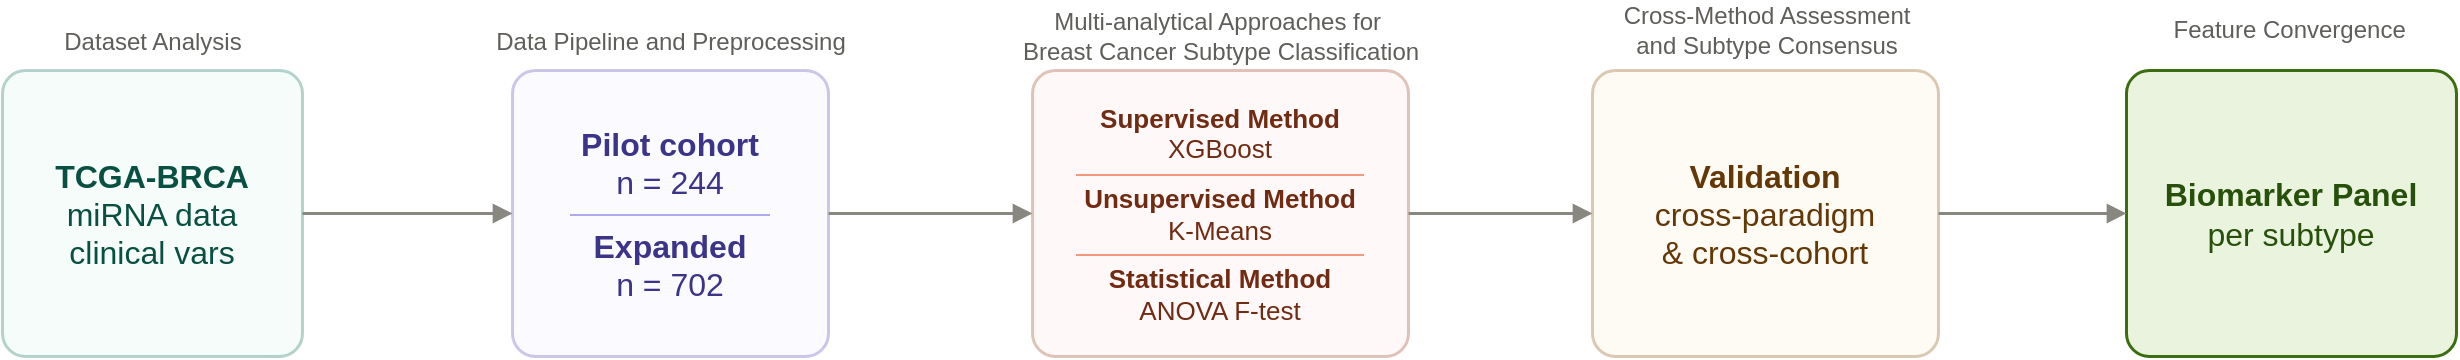
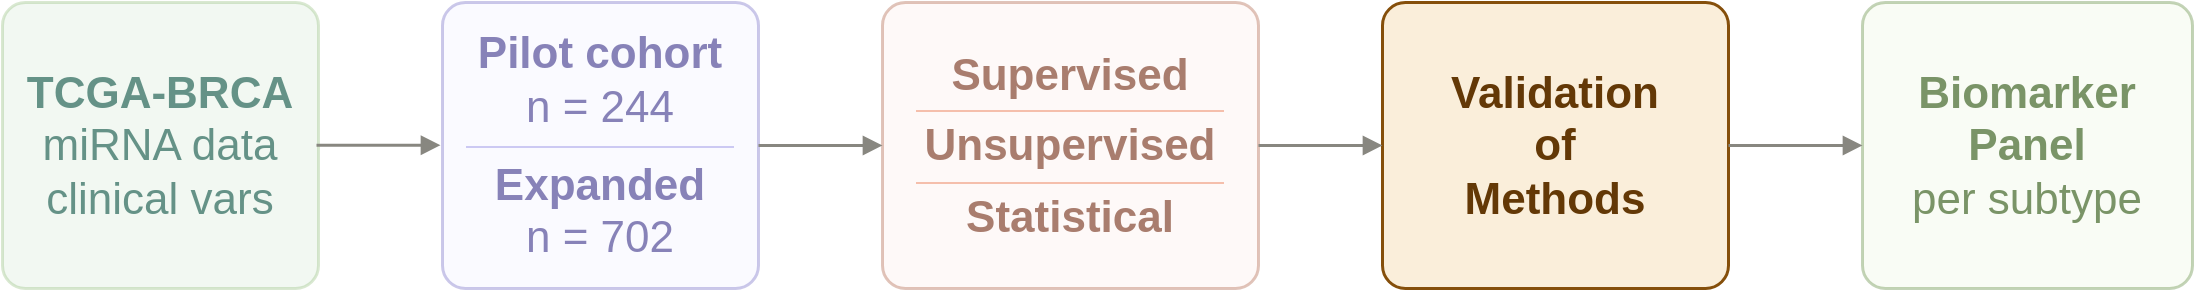
<mxfile host="app.diagrams.net">
  <diagram name="Página-1" id="OTi7Donlt4pIKZpBPiH5">
-     <mxGraphModel dx="1099" dy="718" grid="1" gridSize="10" guides="1" tooltips="1" connect="1" arrows="1" fold="1" page="1" pageScale="1" pageWidth="827" pageHeight="1169" math="0" shadow="0">
+     <mxGraphModel dx="1437" dy="902" grid="1" gridSize="10" guides="1" tooltips="1" connect="1" arrows="1" fold="1" page="1" pageScale="1" pageWidth="827" pageHeight="1169" math="0" shadow="0">
      <root>
        <mxCell id="0" />
        <mxCell id="1" parent="0" />
-         <mxCell id="o7omnAAFZEAHKlwOYzUX-1" parent="1" style="text;html=1;align=center;verticalAlign=middle;resizable=0;strokeColor=none;fillColor=none;fontSize=12;fontColor=#5F5E5A;fontStyle=0;" value="Dataset Analysis" vertex="1">
-           <mxGeometry height="20" width="150" x="15" y="76" as="geometry" />
+         <mxCell id="o7omnAAFZEAHKlwOYzUX-3" parent="1" style="rounded=1;whiteSpace=wrap;html=1;arcSize=8;align=center;verticalAlign=middle;fillColor=#EEEDFE;strokeColor=#534AB7;fontColor=#3C3489;fontSize=22;strokeWidth=1.5;spacingTop=0;spacingBottom=0;textOpacity=60;opacity=30;" value="&lt;div&gt;&lt;table width=&quot;100%&quot; height=&quot;100%&quot; cellpadding=&quot;6&quot; cellspacing=&quot;0&quot; style=&quot;border-collapse:collapse;&quot;&gt;&lt;tbody&gt;&lt;tr&gt;&lt;td align=&quot;center&quot; valign=&quot;middle&quot; style=&quot;border-bottom: 1px solid rgb(175, 169, 236);&quot;&gt;&lt;font&gt;&lt;b&gt;Pilot cohort&lt;/b&gt;&lt;br&gt;n = 244&lt;/font&gt;&lt;/td&gt;&lt;/tr&gt;&lt;tr&gt;&lt;td align=&quot;center&quot; valign=&quot;middle&quot;&gt;&lt;font&gt;&lt;b&gt;Expanded&lt;/b&gt;&lt;br&gt;n = 702&lt;/font&gt;&lt;/td&gt;&lt;/tr&gt;&lt;/tbody&gt;&lt;/table&gt;&lt;/div&gt;" vertex="1">
+           <mxGeometry height="143" width="158" x="340" y="100" as="geometry" />
        </mxCell>
-         <mxCell id="o7omnAAFZEAHKlwOYzUX-2" parent="1" style="rounded=1;whiteSpace=wrap;html=1;arcSize=8;align=center;verticalAlign=middle;fillColor=#E1F5EE;strokeColor=#0F6E56;fontColor=#085041;fontSize=12;strokeWidth=1.5;opacity=30;" value="&lt;font style=&quot;font-size: 16px;&quot;&gt;&lt;b style=&quot;&quot;&gt;TCGA-BRCA&lt;/b&gt;&lt;br&gt;miRNA data&lt;br&gt;clinical vars&lt;/font&gt;" vertex="1">
-           <mxGeometry height="143" width="150" x="15" y="100" as="geometry" />
+         <mxCell id="o7omnAAFZEAHKlwOYzUX-4" parent="1" style="rounded=1;whiteSpace=wrap;html=1;arcSize=8;align=center;verticalAlign=middle;fillColor=#FAECE7;strokeColor=#993C1D;fontColor=#712B13;fontSize=22;strokeWidth=1.5;spacingTop=0;spacingBottom=0;textOpacity=60;opacity=30;" value="&lt;table width=&quot;100%&quot; height=&quot;100%&quot; cellpadding=&quot;4&quot; cellspacing=&quot;0&quot; style=&quot;border-collapse:collapse;&quot;&gt;&lt;tbody&gt;&lt;tr&gt;&lt;td align=&quot;center&quot; valign=&quot;middle&quot; style=&quot;border-bottom: 1px solid rgb(240, 153, 123);&quot;&gt;&lt;font&gt;&lt;b&gt;Supervised&lt;/b&gt;&lt;br&gt;&lt;/font&gt;&lt;/td&gt;&lt;/tr&gt;&lt;tr&gt;&lt;td align=&quot;center&quot; valign=&quot;middle&quot; style=&quot;border-bottom: 1px solid rgb(240, 153, 123);&quot;&gt;&lt;font&gt;&lt;b&gt;Unsupervised&lt;/b&gt;&lt;br&gt;&lt;/font&gt;&lt;/td&gt;&lt;/tr&gt;&lt;tr&gt;&lt;td align=&quot;center&quot; valign=&quot;middle&quot;&gt;&lt;font&gt;&lt;b&gt;Statistical&lt;/b&gt;&lt;br&gt;&lt;/font&gt;&lt;/td&gt;&lt;/tr&gt;&lt;/tbody&gt;&lt;/table&gt;" vertex="1">
+           <mxGeometry height="143" width="188" x="560" y="100" as="geometry" />
        </mxCell>
-         <mxCell id="o7omnAAFZEAHKlwOYzUX-3" parent="1" style="rounded=1;whiteSpace=wrap;html=1;arcSize=8;align=center;verticalAlign=middle;fillColor=#EEEDFE;strokeColor=#534AB7;fontColor=#3C3489;fontSize=12;strokeWidth=1.5;spacingTop=0;spacingBottom=0;opacity=30;" value="&lt;div&gt;&lt;table width=&quot;100%&quot; height=&quot;100%&quot; cellpadding=&quot;6&quot; cellspacing=&quot;0&quot; style=&quot;border-collapse:collapse;&quot;&gt;&lt;tbody&gt;&lt;tr&gt;&lt;td align=&quot;center&quot; valign=&quot;middle&quot; style=&quot;border-bottom: 1px solid rgb(175, 169, 236);&quot;&gt;&lt;font style=&quot;font-size: 16px;&quot;&gt;&lt;b style=&quot;&quot;&gt;Pilot cohort&lt;/b&gt;&lt;br&gt;n = 244&lt;/font&gt;&lt;/td&gt;&lt;/tr&gt;&lt;tr&gt;&lt;td align=&quot;center&quot; valign=&quot;middle&quot;&gt;&lt;font style=&quot;font-size: 16px;&quot;&gt;&lt;b style=&quot;&quot;&gt;Expanded&lt;/b&gt;&lt;br&gt;n = 702&lt;/font&gt;&lt;/td&gt;&lt;/tr&gt;&lt;/tbody&gt;&lt;/table&gt;&lt;/div&gt;" vertex="1">
-           <mxGeometry height="143" width="158" x="270" y="100" as="geometry" />
-         </mxCell>
-         <mxCell id="o7omnAAFZEAHKlwOYzUX-4" parent="1" style="rounded=1;whiteSpace=wrap;html=1;arcSize=8;align=center;verticalAlign=middle;fillColor=#FAECE7;strokeColor=#993C1D;fontColor=#712B13;fontSize=12;strokeWidth=1.5;spacingTop=0;spacingBottom=0;opacity=30;" value="&lt;table width=&quot;100%&quot; height=&quot;100%&quot; cellpadding=&quot;4&quot; cellspacing=&quot;0&quot; style=&quot;border-collapse:collapse;&quot;&gt;&lt;tbody&gt;&lt;tr&gt;&lt;td align=&quot;center&quot; valign=&quot;middle&quot; style=&quot;border-bottom: 1px solid rgb(240, 153, 123);&quot;&gt;&lt;font style=&quot;font-size: 13px;&quot;&gt;&lt;b style=&quot;&quot;&gt;Supervised Method&lt;/b&gt;&lt;br&gt;XGBoost&lt;/font&gt;&lt;/td&gt;&lt;/tr&gt;&lt;tr&gt;&lt;td align=&quot;center&quot; valign=&quot;middle&quot; style=&quot;border-bottom: 1px solid rgb(240, 153, 123);&quot;&gt;&lt;font style=&quot;font-size: 13px;&quot;&gt;&lt;b&gt;Unsupervised Method&lt;/b&gt;&lt;br&gt;K-Means&lt;/font&gt;&lt;/td&gt;&lt;/tr&gt;&lt;tr&gt;&lt;td align=&quot;center&quot; valign=&quot;middle&quot;&gt;&lt;font style=&quot;font-size: 13px;&quot;&gt;&lt;b&gt;Statistical Method&lt;/b&gt;&lt;br&gt;ANOVA F-test&lt;/font&gt;&lt;/td&gt;&lt;/tr&gt;&lt;/tbody&gt;&lt;/table&gt;" vertex="1">
-           <mxGeometry height="143" width="188" x="530" y="100" as="geometry" />
-         </mxCell>
-         <mxCell id="o7omnAAFZEAHKlwOYzUX-5" parent="1" style="rounded=1;whiteSpace=wrap;html=1;arcSize=8;align=center;verticalAlign=middle;fillColor=#FAEEDA;strokeColor=#854F0B;fontColor=#633806;fontSize=12;strokeWidth=1.5;opacity=30;" value="&lt;font style=&quot;font-size: 16px;&quot;&gt;&lt;b style=&quot;&quot;&gt;Validation&lt;/b&gt;&lt;br&gt;cross-paradigm&lt;br&gt;&amp;amp; cross-cohort&lt;/font&gt;" vertex="1">
+         <mxCell id="o7omnAAFZEAHKlwOYzUX-5" parent="1" style="rounded=1;whiteSpace=wrap;html=1;arcSize=8;align=center;verticalAlign=middle;fillColor=#FAEEDA;strokeColor=#854F0B;fontColor=#633806;fontSize=22;strokeWidth=1.5;" value="&lt;font&gt;&lt;b&gt;Validation&lt;/b&gt;&lt;/font&gt;&lt;div&gt;&lt;font&gt;&lt;b&gt;of&lt;/b&gt;&lt;/font&gt;&lt;/div&gt;&lt;div&gt;&lt;font&gt;&lt;b&gt;Methods&lt;/b&gt;&lt;/font&gt;&lt;/div&gt;" vertex="1">
          <mxGeometry height="143" width="173" x="810" y="100" as="geometry" />
        </mxCell>
-         <mxCell id="o7omnAAFZEAHKlwOYzUX-6" parent="1" style="rounded=1;whiteSpace=wrap;html=1;arcSize=8;align=center;verticalAlign=middle;fillColor=#EAF3DE;strokeColor=#3B6D11;fontColor=#27500A;fontSize=12;strokeWidth=1.5;" value="&lt;font style=&quot;font-size: 16px;&quot;&gt;&lt;b style=&quot;&quot;&gt;Biomarker Panel&lt;/b&gt;&lt;br&gt;per subtype&lt;/font&gt;" vertex="1">
-           <mxGeometry height="143" width="165" x="1077" y="100" as="geometry" />
+         <mxCell id="o7omnAAFZEAHKlwOYzUX-6" parent="1" style="rounded=1;whiteSpace=wrap;html=1;arcSize=8;align=center;verticalAlign=middle;fillColor=#EAF3DE;strokeColor=#3B6D11;fontColor=#27500A;fontSize=22;strokeWidth=1.5;textOpacity=60;opacity=30;" value="&lt;font&gt;&lt;b&gt;Biomarker Panel&lt;/b&gt;&lt;br&gt;per subtype&lt;/font&gt;" vertex="1">
+           <mxGeometry height="143" width="165" x="1050" y="100" as="geometry" />
        </mxCell>
-         <mxCell id="o7omnAAFZEAHKlwOYzUX-7" edge="1" parent="1" source="o7omnAAFZEAHKlwOYzUX-2" style="edgeStyle=orthogonalEdgeStyle;rounded=0;orthogonalLoop=1;jettySize=auto;exitX=1;exitY=0.5;exitDx=0;exitDy=0;entryX=0;entryY=0.5;entryDx=0;entryDy=0;strokeColor=#888780;strokeWidth=1.5;endArrow=block;endFill=1;" target="o7omnAAFZEAHKlwOYzUX-3" value="">
-           <mxGeometry relative="1" as="geometry">
-             <Array as="points">
-               <mxPoint x="207" y="172" />
-               <mxPoint x="207" y="172" />
-             </Array>
-           </mxGeometry>
-         </mxCell>
-         <mxCell id="o7omnAAFZEAHKlwOYzUX-8" edge="1" parent="1" source="o7omnAAFZEAHKlwOYzUX-3" style="edgeStyle=orthogonalEdgeStyle;rounded=0;orthogonalLoop=1;jettySize=auto;exitX=1;exitY=0.5;exitDx=0;exitDy=0;entryX=0;entryY=0.5;entryDx=0;entryDy=0;strokeColor=#888780;strokeWidth=1.5;endArrow=block;endFill=1;" target="o7omnAAFZEAHKlwOYzUX-4" value="">
+         <mxCell id="o7omnAAFZEAHKlwOYzUX-8" edge="1" parent="1" source="o7omnAAFZEAHKlwOYzUX-3" style="edgeStyle=orthogonalEdgeStyle;rounded=0;orthogonalLoop=1;jettySize=auto;exitX=1;exitY=0.5;exitDx=0;exitDy=0;entryX=0;entryY=0.5;entryDx=0;entryDy=0;strokeColor=#888780;strokeWidth=1.5;endArrow=block;endFill=1;fontColor=#000000;" target="o7omnAAFZEAHKlwOYzUX-4" value="">
          <mxGeometry relative="1" as="geometry" />
        </mxCell>
        <mxCell id="o7omnAAFZEAHKlwOYzUX-9" edge="1" parent="1" source="o7omnAAFZEAHKlwOYzUX-4" style="edgeStyle=orthogonalEdgeStyle;rounded=0;orthogonalLoop=1;jettySize=auto;exitX=1;exitY=0.5;exitDx=0;exitDy=0;entryX=0;entryY=0.5;entryDx=0;entryDy=0;strokeColor=#888780;strokeWidth=1.5;endArrow=block;endFill=1;" target="o7omnAAFZEAHKlwOYzUX-5" value="">
          <mxGeometry relative="1" as="geometry" />
        </mxCell>
        <mxCell id="o7omnAAFZEAHKlwOYzUX-10" edge="1" parent="1" source="o7omnAAFZEAHKlwOYzUX-5" style="edgeStyle=orthogonalEdgeStyle;rounded=0;orthogonalLoop=1;jettySize=auto;exitX=1;exitY=0.5;exitDx=0;exitDy=0;entryX=0;entryY=0.5;entryDx=0;entryDy=0;strokeColor=#888780;strokeWidth=1.5;endArrow=block;endFill=1;" target="o7omnAAFZEAHKlwOYzUX-6" value="">
          <mxGeometry relative="1" as="geometry" />
        </mxCell>
-         <mxCell id="o7omnAAFZEAHKlwOYzUX-12" parent="1" style="text;html=1;align=center;verticalAlign=middle;resizable=0;strokeColor=none;fillColor=none;fontSize=12;fontColor=#5F5E5A;fontStyle=0;" value="Data Pipeline and Preprocessing" vertex="1">
-           <mxGeometry height="20" width="150" x="274" y="76" as="geometry" />
+         <mxCell id="MbunITAGocOFNgJ80P6Y-5" parent="1" style="rounded=1;whiteSpace=wrap;html=1;arcSize=8;align=center;verticalAlign=middle;fillColor=#d5e8d4;strokeColor=#82b366;fontSize=22;strokeWidth=1.5;spacingTop=0;spacingBottom=0;textOpacity=60;opacity=30;" value="&lt;b style=&quot;color: rgb(8, 80, 65);&quot;&gt;TCGA-BRCA&lt;/b&gt;&lt;br style=&quot;color: rgb(8, 80, 65);&quot;&gt;&lt;span style=&quot;color: rgb(8, 80, 65);&quot;&gt;miRNA data&lt;/span&gt;&lt;br style=&quot;color: rgb(8, 80, 65);&quot;&gt;&lt;span style=&quot;color: rgb(8, 80, 65);&quot;&gt;clinical vars&lt;/span&gt;" vertex="1">
+           <mxGeometry height="143" width="158" x="120" y="100" as="geometry" />
        </mxCell>
-         <mxCell id="o7omnAAFZEAHKlwOYzUX-13" parent="1" style="text;html=1;align=center;verticalAlign=middle;resizable=0;strokeColor=none;fillColor=none;fontSize=12;fontColor=#5F5E5A;fontStyle=0;" value="Multi-analytical Approaches for&amp;nbsp;&lt;div&gt;Breast Cancer Subtype Classification&lt;/div&gt;" vertex="1">
-           <mxGeometry height="20" width="150" x="549" y="73" as="geometry" />
-         </mxCell>
-         <mxCell id="o7omnAAFZEAHKlwOYzUX-14" parent="1" style="text;html=1;align=center;verticalAlign=middle;resizable=0;strokeColor=none;fillColor=none;fontSize=12;fontColor=#5F5E5A;fontStyle=0;" value="Cross-Method Assessment&lt;div&gt;and Subtype Consensus&lt;/div&gt;" vertex="1">
-           <mxGeometry height="20" width="150" x="821.5" y="70" as="geometry" />
-         </mxCell>
-         <mxCell id="o7omnAAFZEAHKlwOYzUX-15" parent="1" style="text;html=1;align=center;verticalAlign=middle;resizable=0;strokeColor=none;fillColor=none;fontSize=12;fontColor=#5F5E5A;fontStyle=0;" value="Feature Convergence&amp;nbsp;" vertex="1">
-           <mxGeometry height="20" width="150" x="1084.5" y="70" as="geometry" />
+         <mxCell id="MbunITAGocOFNgJ80P6Y-3" edge="1" parent="1" style="edgeStyle=orthogonalEdgeStyle;rounded=0;orthogonalLoop=1;jettySize=auto;exitX=1;exitY=0.5;exitDx=0;exitDy=0;entryX=0;entryY=0.5;entryDx=0;entryDy=0;strokeColor=#888780;strokeWidth=1.5;endArrow=block;endFill=1;fontColor=#000000;" value="">
+           <mxGeometry relative="1" as="geometry">
+             <mxPoint x="277" y="171.36" as="sourcePoint" />
+             <mxPoint x="339" y="171.36" as="targetPoint" />
+           </mxGeometry>
        </mxCell>
      </root>
    </mxGraphModel>
  </diagram>
</mxfile>
